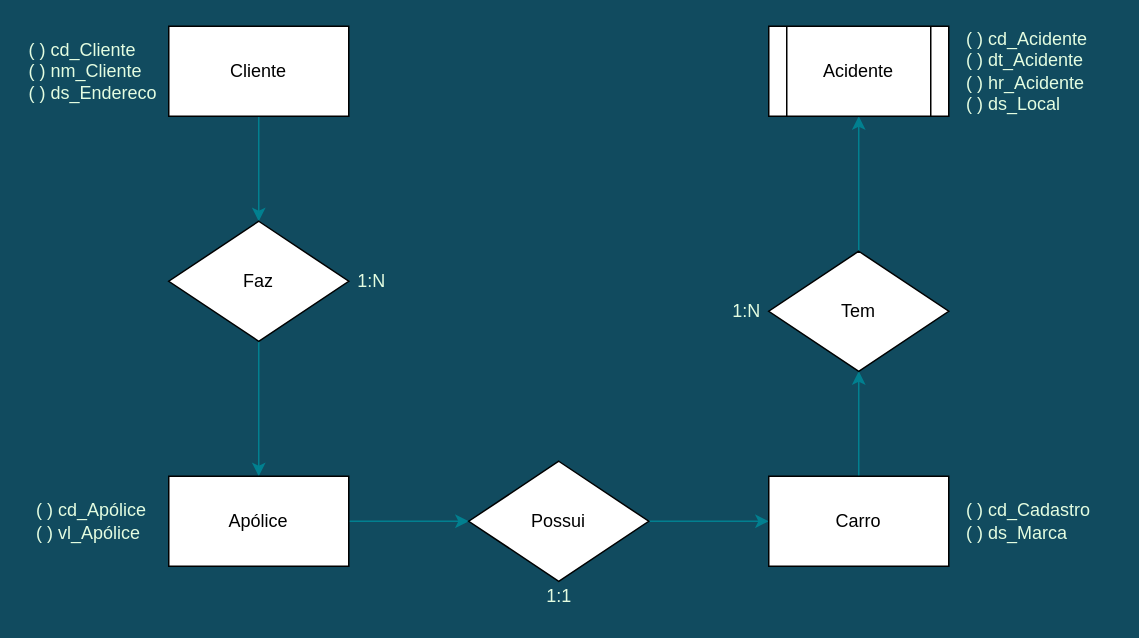
zHorzon/rootoriginal keeps this draw.io diagram as Untitled Diagram.drawio. Above is the earlier version. Source tidied: cells renumbered, new cells numbered last; positions are measured from the earlier drawing's top-left corner, leaving out a move shared by most shapes. Both pictures are drawn from the tidied source at 150%, with x=0, y=0 at pixel (26, 26).
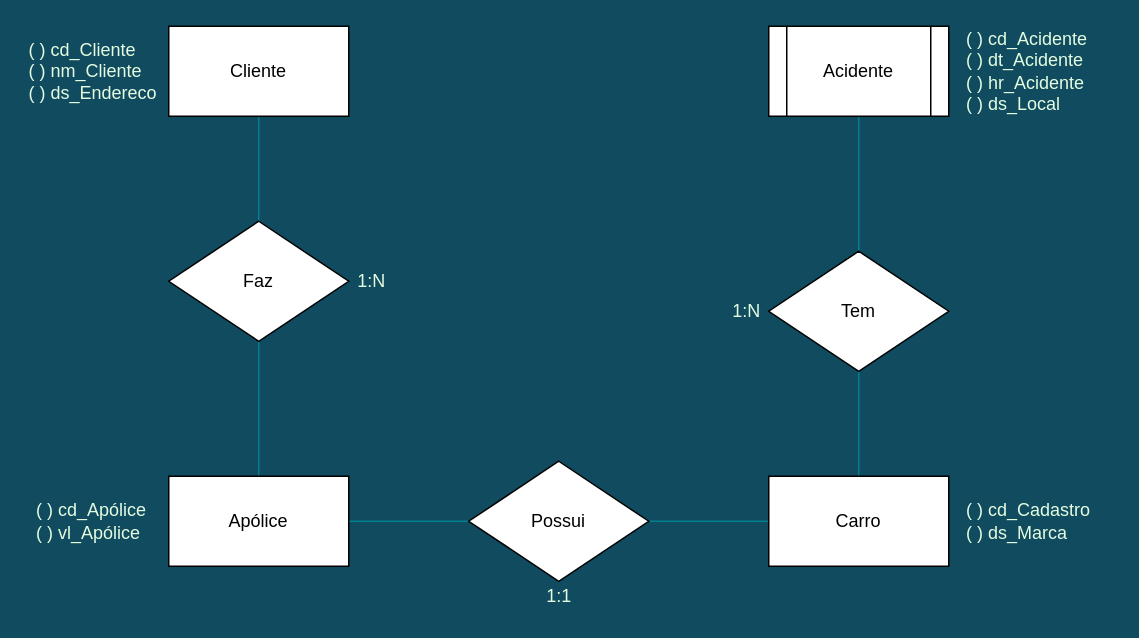
Above is the later version.

Commit message:
Atualização #3 (ligações)

Unchanged cells that the change refers to:
```xml
<mxCell id="3" value="Cliente" style="rounded=0;whiteSpace=wrap;html=1;sketch=0;" parent="1" vertex="1">
  <mxGeometry x="95" width="120" height="60" as="geometry" />
</mxCell>
<mxCell id="6" value="Faz" style="rhombus;whiteSpace=wrap;html=1;rounded=0;sketch=0;" parent="1" vertex="1">
  <mxGeometry x="95" y="130" width="120" height="80" as="geometry" />
</mxCell>
<mxCell id="9" value="Apólice" style="whiteSpace=wrap;html=1;rounded=0;sketch=0;" parent="1" vertex="1">
  <mxGeometry x="95" y="300" width="120" height="60" as="geometry" />
</mxCell>
<mxCell id="12" value="Possui" style="rhombus;whiteSpace=wrap;html=1;rounded=0;sketch=0;" parent="1" vertex="1">
  <mxGeometry x="295" y="290" width="120" height="80" as="geometry" />
</mxCell>
<mxCell id="14" value="Carro" style="whiteSpace=wrap;html=1;rounded=0;sketch=0;" parent="1" vertex="1">
  <mxGeometry x="495" y="300" width="120" height="60" as="geometry" />
</mxCell>
<mxCell id="16" value="Tem" style="rhombus;whiteSpace=wrap;html=1;rounded=0;sketch=0;" parent="1" vertex="1">
  <mxGeometry x="495" y="150" width="120" height="80" as="geometry" />
</mxCell>
<mxCell id="17" value="Acidente" style="shape=process;whiteSpace=wrap;html=1;backgroundOutline=1;rounded=0;sketch=0;glass=0;" parent="1" vertex="1">
  <mxGeometry x="495" width="120" height="60" as="geometry" />
</mxCell>
```

The edit, as a diff of the source:
```diff
@@
-    <mxCell id="2" style="edgeStyle=orthogonalEdgeStyle;rounded=1;sketch=0;jettySize=auto;html=1;strokeColor=#028090;fillColor=#F45B69;fontColor=#E4FDE1;" parent="1" edge="1" source="3" target="6">
+    <mxCell id="2" style="edgeStyle=orthogonalEdgeStyle;rounded=1;sketch=0;jettySize=auto;html=1;fillColor=#F45B69;fontColor=#E4FDE1;strokeColor=#028090;endArrow=none;endFill=0;" parent="1" edge="1" source="3" target="6">
       <mxGeometry relative="1" as="geometry" />
     </mxCell>
@@
-    <mxCell id="5" style="edgeStyle=orthogonalEdgeStyle;rounded=1;sketch=0;jettySize=auto;html=1;strokeColor=#028090;fillColor=#F45B69;fontColor=#E4FDE1;" parent="1" edge="1" source="6" target="9">
+    <mxCell id="5" style="edgeStyle=orthogonalEdgeStyle;rounded=1;sketch=0;jettySize=auto;html=1;strokeColor=#028090;fillColor=#F45B69;fontColor=#E4FDE1;endArrow=none;endFill=0;" parent="1" edge="1" source="6" target="9">
       <mxGeometry relative="1" as="geometry" />
     </mxCell>
@@
-    <mxCell id="8" style="edgeStyle=orthogonalEdgeStyle;rounded=1;sketch=0;jettySize=auto;html=1;strokeColor=#028090;fillColor=#F45B69;fontColor=#E4FDE1;" parent="1" edge="1" source="9" target="12">
+    <mxCell id="8" style="edgeStyle=orthogonalEdgeStyle;rounded=1;sketch=0;jettySize=auto;html=1;strokeColor=#028090;fillColor=#F45B69;fontColor=#E4FDE1;endArrow=none;endFill=0;" parent="1" edge="1" source="9" target="12">
       <mxGeometry relative="1" as="geometry" />
     </mxCell>
@@
-    <mxCell id="11" style="edgeStyle=orthogonalEdgeStyle;rounded=1;sketch=0;jettySize=auto;html=1;strokeColor=#028090;fillColor=#F45B69;fontColor=#E4FDE1;" parent="1" edge="1" source="12" target="14">
+    <mxCell id="11" style="edgeStyle=orthogonalEdgeStyle;rounded=1;sketch=0;jettySize=auto;html=1;strokeColor=#028090;fillColor=#F45B69;fontColor=#E4FDE1;endArrow=none;endFill=0;" parent="1" edge="1" source="12" target="14">
       <mxGeometry relative="1" as="geometry" />
     </mxCell>
@@
-    <mxCell id="13" style="edgeStyle=orthogonalEdgeStyle;rounded=1;sketch=0;jettySize=auto;html=1;strokeColor=#028090;fillColor=#F45B69;fontColor=#E4FDE1;" parent="1" edge="1" source="14" target="16">
+    <mxCell id="13" style="edgeStyle=orthogonalEdgeStyle;rounded=1;sketch=0;jettySize=auto;html=1;strokeColor=#028090;fillColor=#F45B69;fontColor=#E4FDE1;endArrow=none;endFill=0;" parent="1" edge="1" source="14" target="16">
       <mxGeometry relative="1" as="geometry" />
     </mxCell>
@@
-    <mxCell id="15" style="edgeStyle=orthogonalEdgeStyle;rounded=1;sketch=0;jettySize=auto;html=1;strokeColor=#028090;fillColor=#F45B69;fontColor=#E4FDE1;" parent="1" edge="1" source="16" target="17">
+    <mxCell id="15" style="edgeStyle=orthogonalEdgeStyle;rounded=1;sketch=0;jettySize=auto;html=1;strokeColor=#028090;fillColor=#F45B69;fontColor=#E4FDE1;endArrow=none;endFill=0;" parent="1" edge="1" source="16" target="17">
       <mxGeometry relative="1" as="geometry" />
     </mxCell>
```
